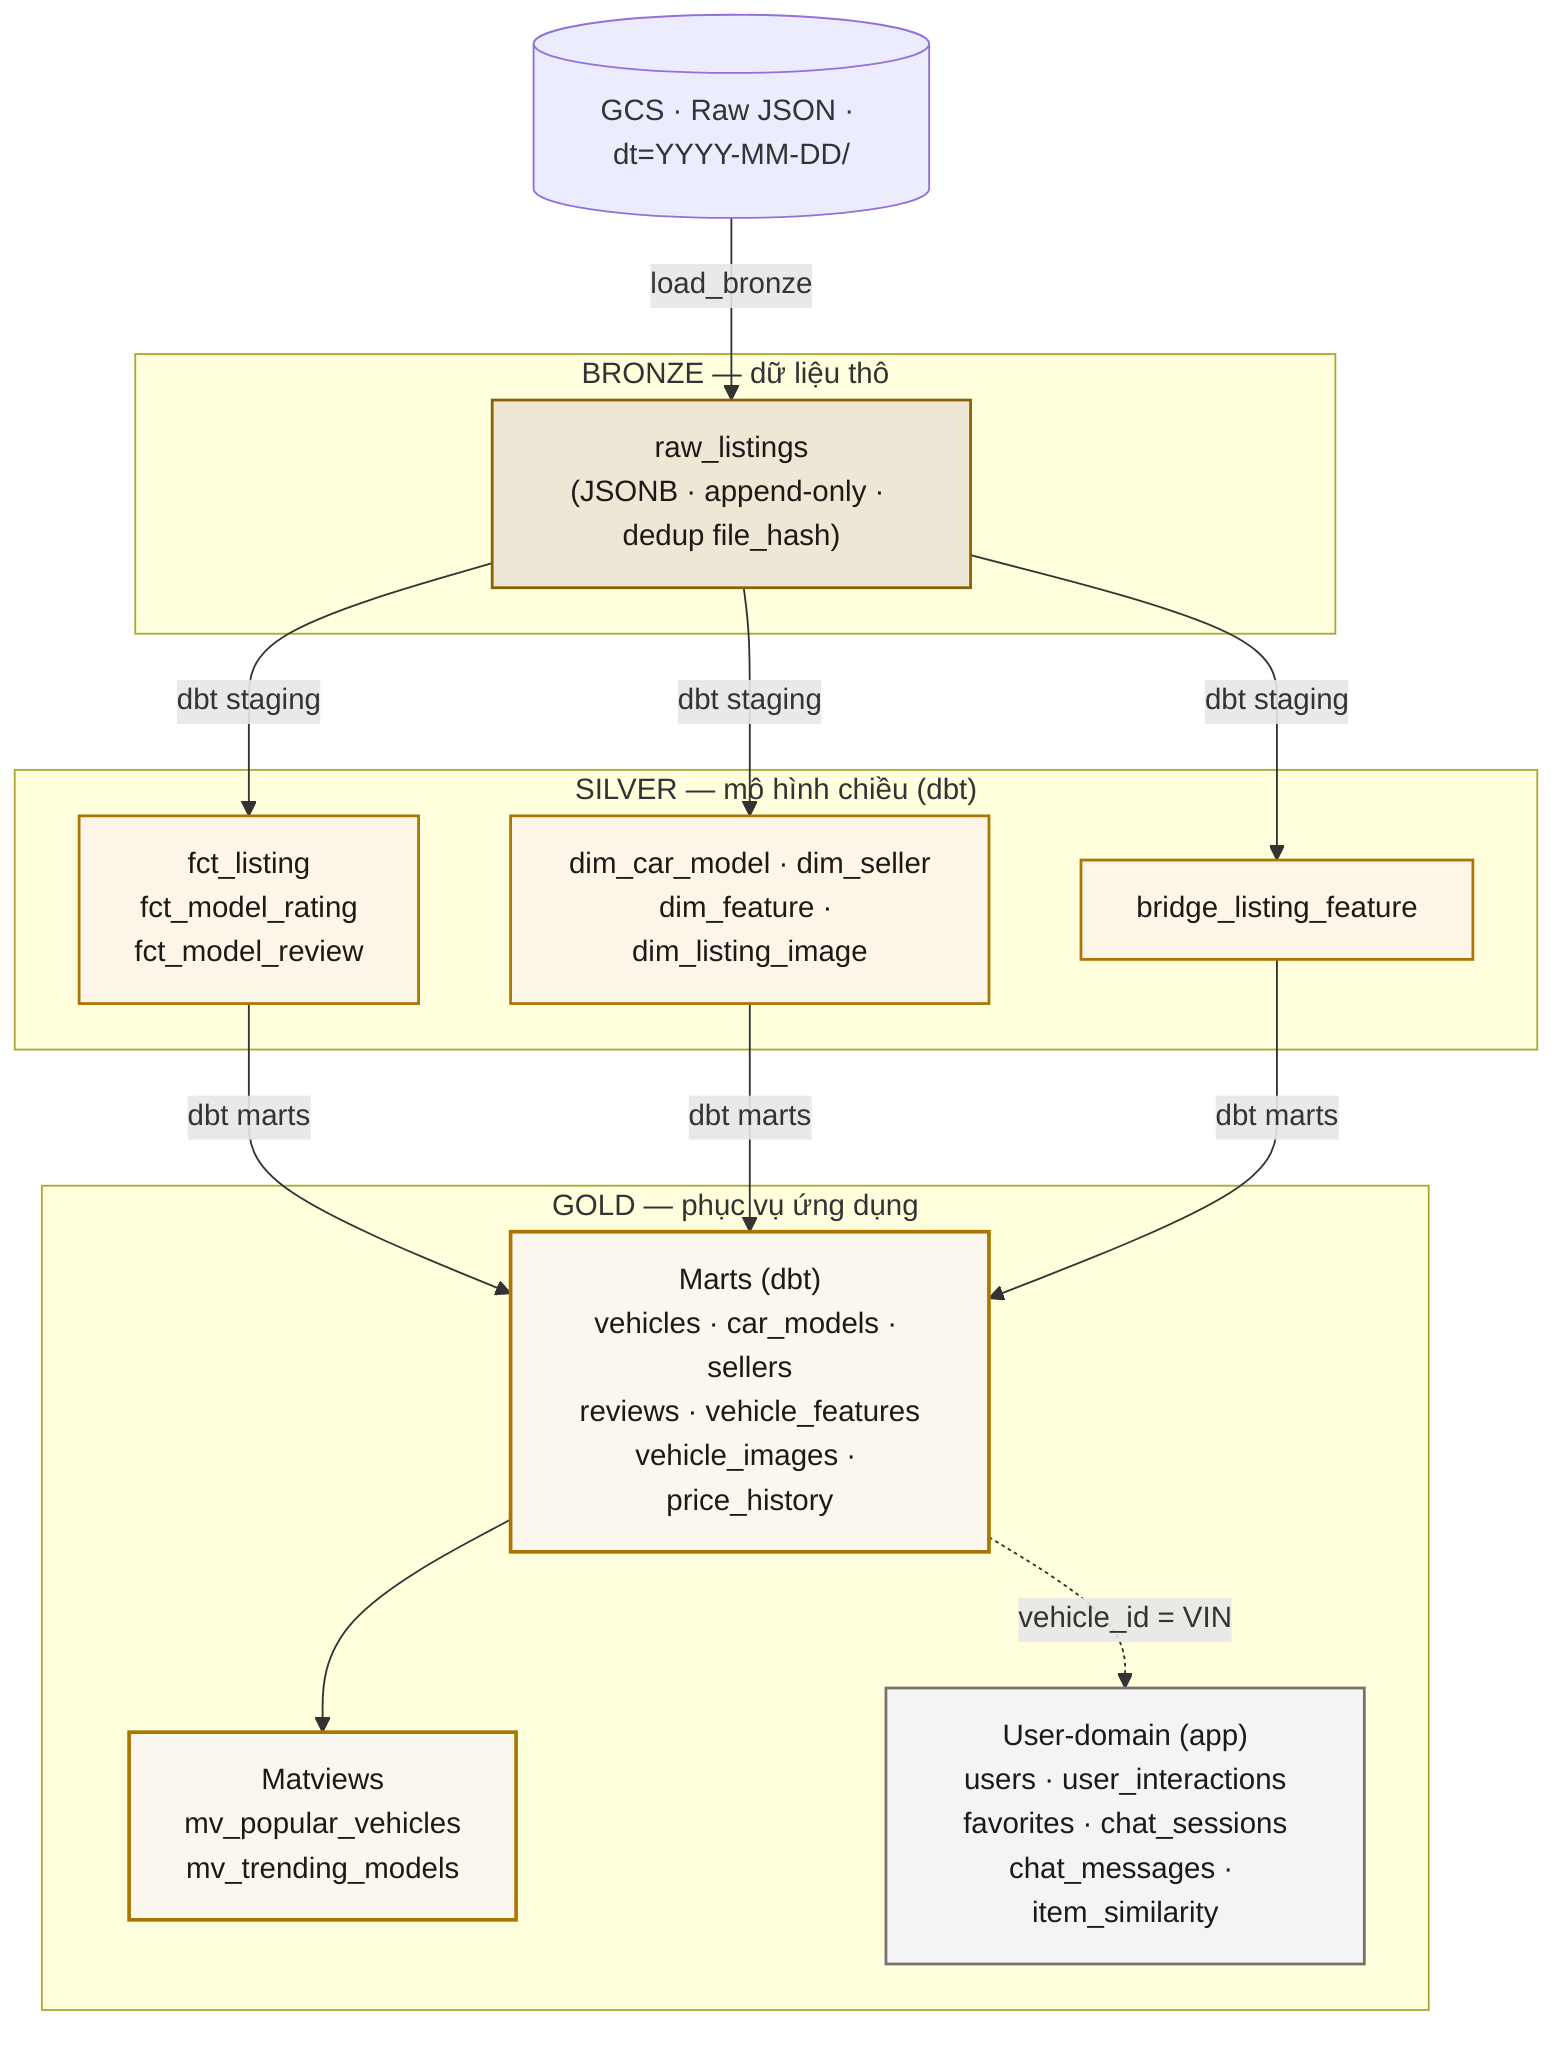
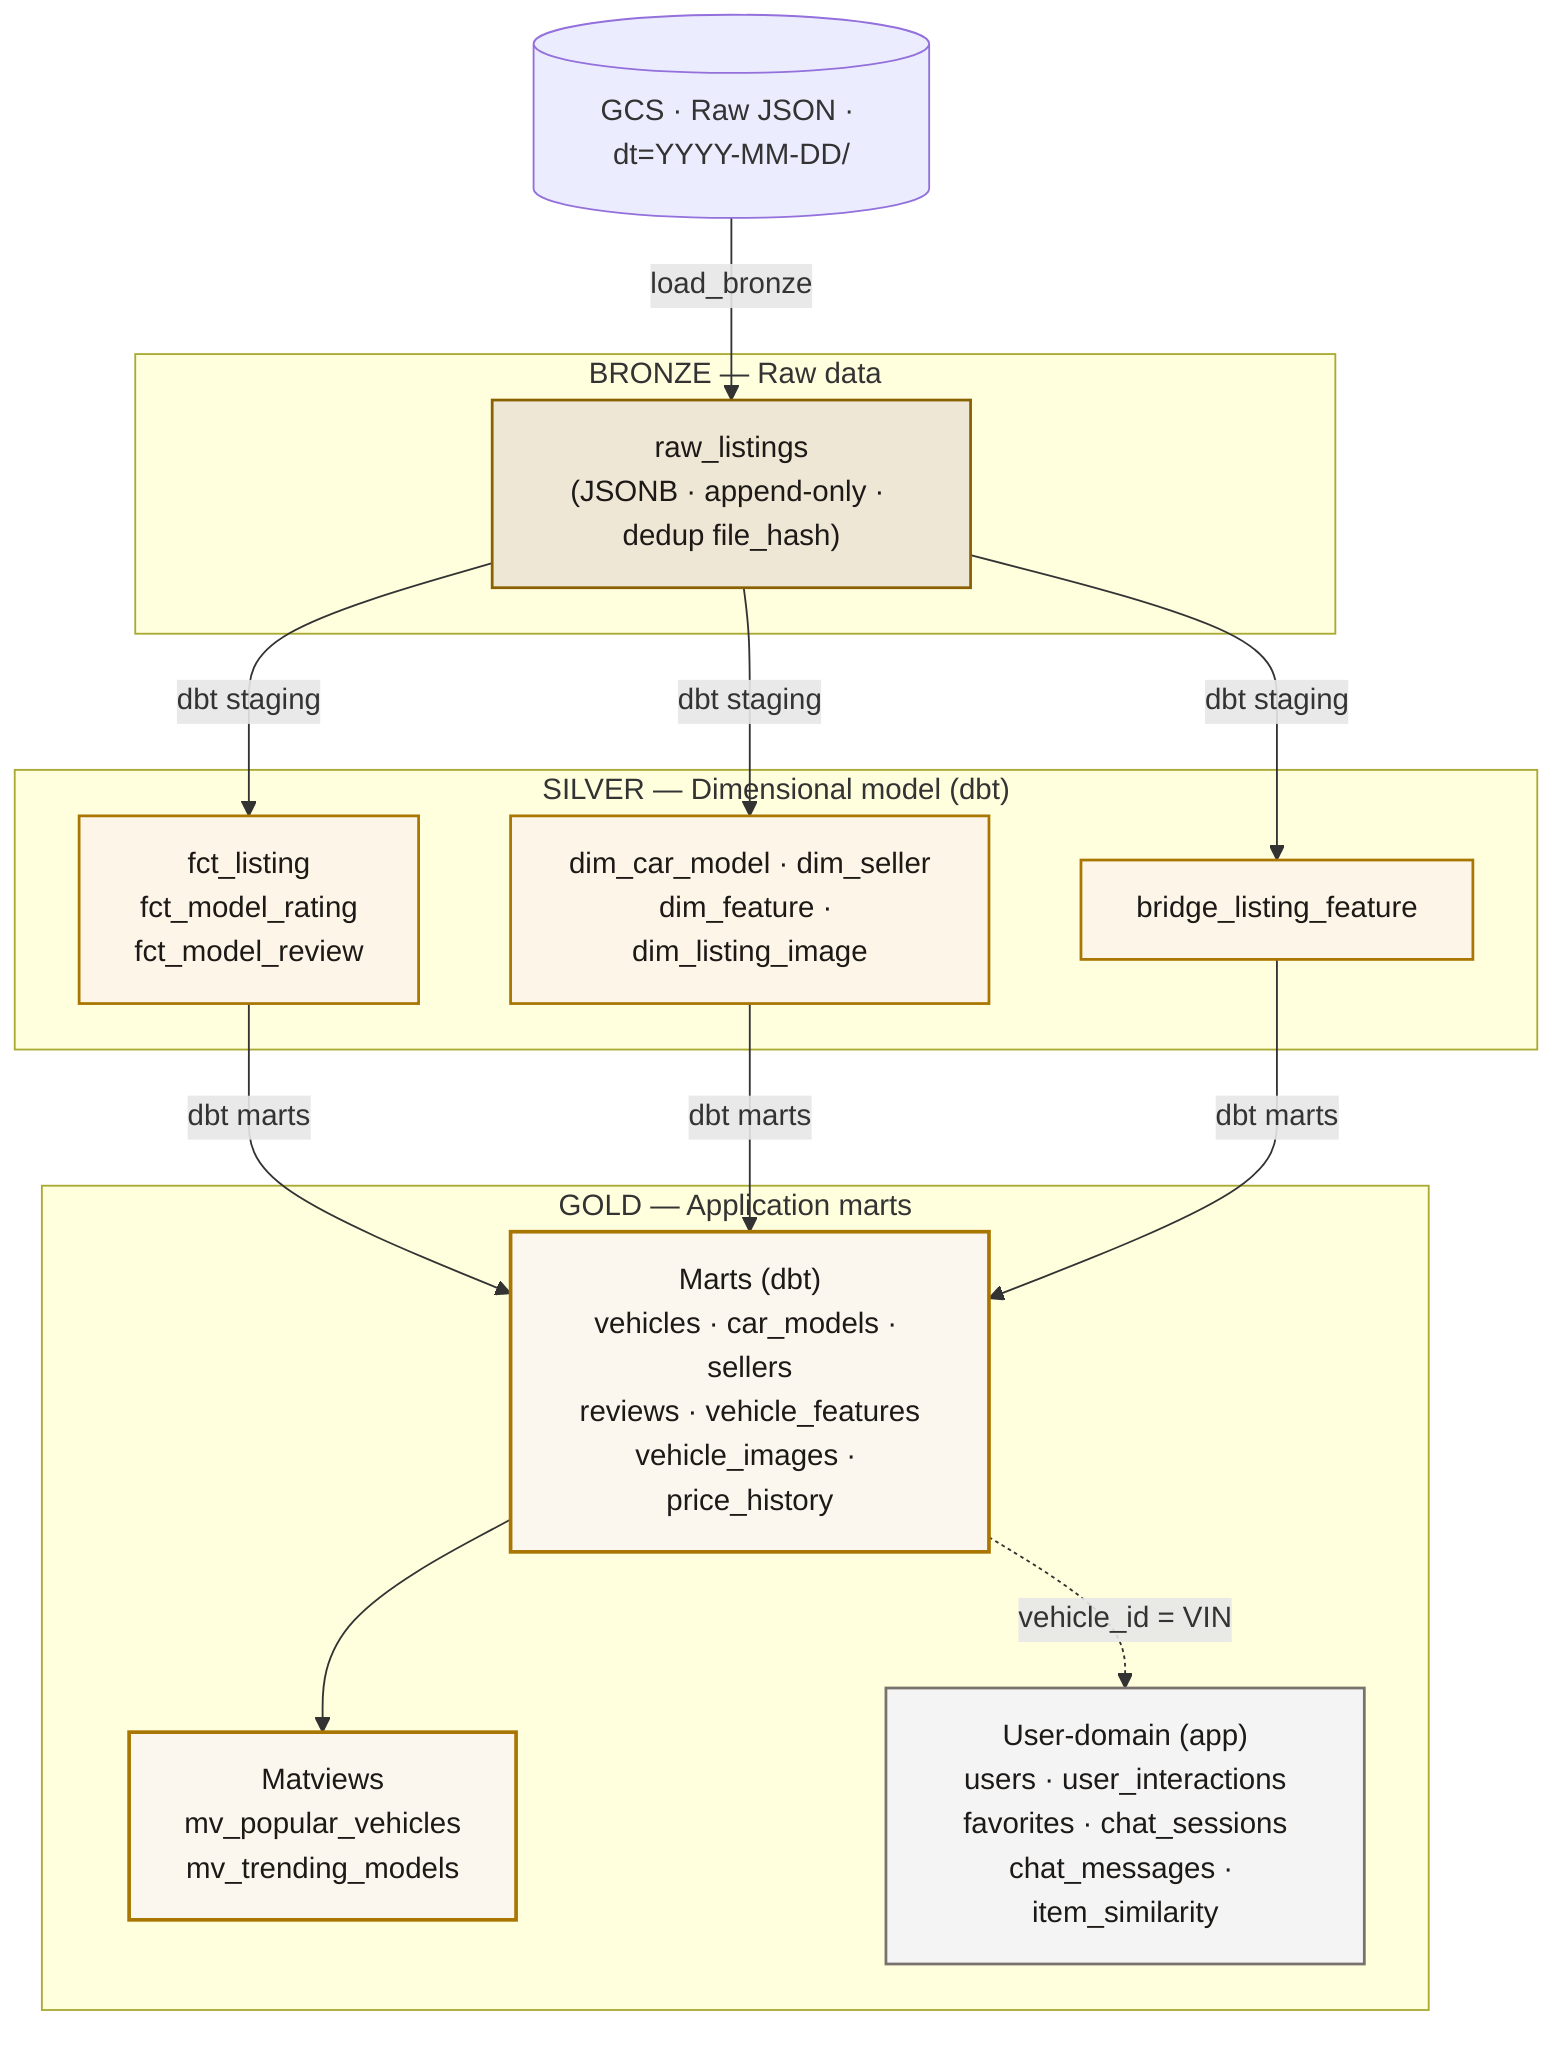
flowchart TB
  gcs[("GCS · Raw JSON · dt=YYYY-MM-DD/")]

-   subgraph bronze["BRONZE — dữ liệu thô"]
+   subgraph bronze["BRONZE — Raw data"]
    b1["raw_listings<br/>(JSONB · append-only · dedup file_hash)"]:::bz
  end

-   subgraph silver["SILVER — mô hình chiều (dbt)"]
+   subgraph silver["SILVER — Dimensional model (dbt)"]
    s1["fct_listing<br/>fct_model_rating<br/>fct_model_review"]:::sv
    s2["dim_car_model · dim_seller<br/>dim_feature · dim_listing_image"]:::sv
    s3["bridge_listing_feature"]:::sv
  end

-   subgraph gold["GOLD — phục vụ ứng dụng"]
+   subgraph gold["GOLD — Application marts"]
    g1["Marts (dbt)<br/>vehicles · car_models · sellers<br/>reviews · vehicle_features<br/>vehicle_images · price_history"]:::gd
    g2["Matviews<br/>mv_popular_vehicles<br/>mv_trending_models"]:::gd
    g3["User-domain (app)<br/>users · user_interactions<br/>favorites · chat_sessions<br/>chat_messages · item_similarity"]:::app
  end

  gcs -->|load_bronze| b1
  b1 -->|dbt staging| s1
  b1 -->|dbt staging| s2
  b1 -->|dbt staging| s3
  s1 -->|dbt marts| g1
  s2 -->|dbt marts| g1
  s3 -->|dbt marts| g1
  g1 --> g2
  g1 -.->|vehicle_id = VIN| g3

  classDef bz fill:#efe7d6,stroke:#8a6100,stroke-width:1.5px,color:#1c1917;
  classDef sv fill:#FDF6E8,stroke:#A87601,stroke-width:1.5px,color:#1c1917;
  classDef gd fill:#FBF7EF,stroke:#A87601,stroke-width:2px,color:#1c1917;
  classDef app fill:#F4F4F5,stroke:#78716c,stroke-width:1.5px,color:#1c1917;
